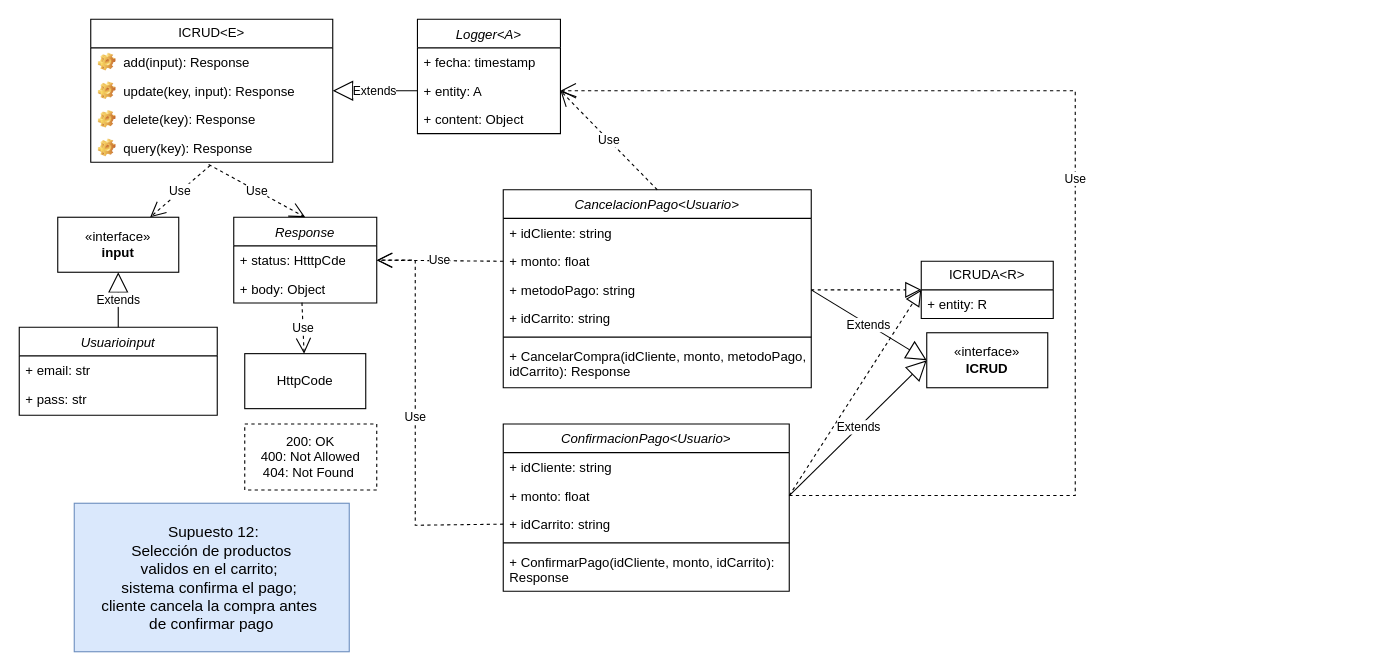
Above: Front-End_Sprint/Diagrama Supuesto13.drawio in Giggin-html/dwm4 (draw.io), before the change. Source tidied: cells renumbered, new cells numbered last; positions are measured from the earlier drawing's top-left corner, leaving out a move shared by most shapes. Both pictures are drawn from the tidied source at 110%, with x=0, y=0 at pixel (19, 19).
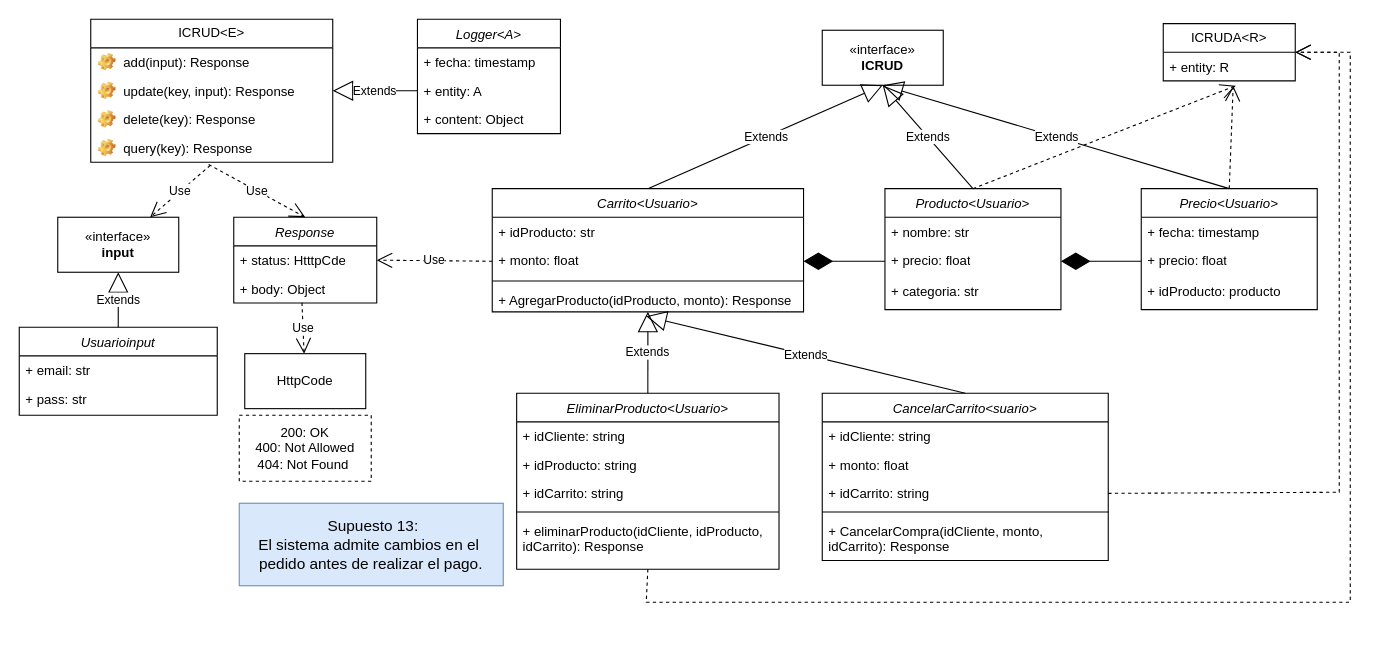
After the change.

Unchanged cells that the change refers to:
```xml
<mxCell id="21" value="+ status: HtttpCde" style="text;strokeColor=none;fillColor=none;align=left;verticalAlign=top;spacingLeft=4;spacingRight=4;overflow=hidden;points=[[0,0.5],[1,0.5]];portConstraint=eastwest;whiteSpace=wrap;html=1;" parent="20" vertex="1">
  <mxGeometry y="26" width="130" height="26" as="geometry" />
</mxCell>
<mxCell id="33" value="+ entity: A" style="text;strokeColor=none;fillColor=none;align=left;verticalAlign=top;spacingLeft=4;spacingRight=4;overflow=hidden;points=[[0,0.5],[1,0.5]];portConstraint=eastwest;whiteSpace=wrap;html=1;" parent="31" vertex="1">
  <mxGeometry y="52" width="130" height="26" as="geometry" />
</mxCell>
<mxCell id="38" value="+ entity: R" style="text;strokeColor=none;fillColor=none;align=left;verticalAlign=top;spacingLeft=4;spacingRight=4;overflow=hidden;points=[[0,0.5],[1,0.5]];portConstraint=eastwest;whiteSpace=wrap;html=1;" parent="37" vertex="1">
  <mxGeometry y="26" width="120" height="26" as="geometry" />
</mxCell>
<mxCell id="42" value="+ monto: float" style="text;strokeColor=none;fillColor=none;align=left;verticalAlign=top;spacingLeft=4;spacingRight=4;overflow=hidden;points=[[0,0.5],[1,0.5]];portConstraint=eastwest;whiteSpace=wrap;html=1;" parent="40" vertex="1">
  <mxGeometry y="52" width="260" height="26" as="geometry" />
</mxCell>
<mxCell id="43" value="+ idCarrito: string" style="text;strokeColor=none;fillColor=none;align=left;verticalAlign=top;spacingLeft=4;spacingRight=4;overflow=hidden;points=[[0,0.5],[1,0.5]];portConstraint=eastwest;whiteSpace=wrap;html=1;" parent="40" vertex="1">
  <mxGeometry y="78" width="260" height="26" as="geometry" />
</mxCell>
```

The edit, as a diff of the source:
```diff
@@
-    <mxCell id="2" value="CancelacionPago&lt;Usuario&gt;" style="swimlane;fontStyle=2;align=center;verticalAlign=top;horizontal=1;startSize=26;rounded=0;shadow=0;strokeWidth=1;" parent="1" vertex="1">
-      <mxGeometry x="440" y="155" width="280" height="180" as="geometry" />
+    <mxCell id="2" value="EliminarProducto&lt;Usuario&gt;" style="swimlane;fontStyle=2;align=center;verticalAlign=top;horizontal=1;startSize=26;rounded=0;shadow=0;strokeWidth=1;" parent="1" vertex="1">
+      <mxGeometry x="452.2" y="340" width="238.5" height="160" as="geometry" />
     </mxCell>
     <mxCell id="3" value="+ idCliente: string" style="text;strokeColor=none;fillColor=none;align=left;verticalAlign=top;spacingLeft=4;spacingRight=4;overflow=hidden;whiteSpace=wrap;html=1;" parent="2" vertex="1">
-      <mxGeometry y="26" width="280" height="26" as="geometry" />
+      <mxGeometry y="26" width="238.5" height="26" as="geometry" />
     </mxCell>
-    <mxCell id="4" value="+ monto: float" style="text;strokeColor=none;fillColor=none;align=left;verticalAlign=top;spacingLeft=4;spacingRight=4;overflow=hidden;points=[[0,0.5],[1,0.5]];portConstraint=eastwest;whiteSpace=wrap;html=1;" parent="2" vertex="1">
-      <mxGeometry y="52" width="280" height="26" as="geometry" />
+    <mxCell id="4" value="+ idProducto: string" style="text;strokeColor=none;fillColor=none;align=left;verticalAlign=top;spacingLeft=4;spacingRight=4;overflow=hidden;points=[[0,0.5],[1,0.5]];portConstraint=eastwest;whiteSpace=wrap;html=1;" parent="2" vertex="1">
+      <mxGeometry y="52" width="238.5" height="26" as="geometry" />
     </mxCell>
-    <mxCell id="5" value="+ metodoPago: string" style="text;strokeColor=none;fillColor=none;align=left;verticalAlign=top;spacingLeft=4;spacingRight=4;overflow=hidden;points=[[0,0.5],[1,0.5]];portConstraint=eastwest;whiteSpace=wrap;html=1;" parent="2" vertex="1">
-      <mxGeometry y="78" width="280" height="26" as="geometry" />
-    </mxCell>
     <mxCell id="6" value="+ idCarrito: string" style="text;strokeColor=none;fillColor=none;align=left;verticalAlign=top;spacingLeft=4;spacingRight=4;overflow=hidden;whiteSpace=wrap;html=1;" parent="2" vertex="1">
-      <mxGeometry y="104" width="280" height="26" as="geometry" />
+      <mxGeometry y="78" width="238.5" height="26" as="geometry" />
     </mxCell>
     <mxCell id="7" style="line;html=1;strokeWidth=1;align=left;verticalAlign=middle;spacingTop=-1;spacingLeft=3;spacingRight=3;labelPosition=right;" parent="2" vertex="1">
-      <mxGeometry y="130" width="280" height="8" as="geometry" />
+      <mxGeometry y="104" width="238.5" height="8" as="geometry" />
     </mxCell>
-    <mxCell id="8" value="+ CancelarCompra(idCliente, monto, metodoPago, idCarrito): Response" style="text;strokeColor=none;fillColor=none;align=left;verticalAlign=top;spacingLeft=4;spacingRight=4;overflow=hidden;whiteSpace=wrap;html=1;" parent="2" vertex="1">
-      <mxGeometry y="138" width="280" height="40" as="geometry" />
+    <mxCell id="8" value="+ eliminarProducto(idCliente, idProducto, idCarrito): Response" style="text;strokeColor=none;fillColor=none;align=left;verticalAlign=top;spacingLeft=4;spacingRight=4;overflow=hidden;whiteSpace=wrap;html=1;" parent="2" vertex="1">
+      <mxGeometry y="112" width="238.5" height="40" as="geometry" />
     </mxCell>
@@
     <mxCell id="26" value="«interface»&lt;br&gt;&lt;b&gt;ICRUD&lt;/b&gt;" style="html=1;whiteSpace=wrap;" parent="1" vertex="1">
-      <mxGeometry x="825" y="285" width="110" height="50" as="geometry" />
+      <mxGeometry x="730" y="10" width="110" height="50" as="geometry" />
     </mxCell>
-    <mxCell id="27" value="Extends" style="endArrow=block;endSize=16;endFill=0;html=1;rounded=0;exitX=1;exitY=0.5;exitDx=0;exitDy=0;entryX=0;entryY=0.5;entryDx=0;entryDy=0;" parent="1" edge="1" source="5" target="26">
+    <mxCell id="27" value="Extends" style="endArrow=block;endSize=16;endFill=0;html=1;rounded=0;exitX=0.5;exitY=0;exitDx=0;exitDy=0;entryX=0.5;entryY=1;entryDx=0;entryDy=0;" parent="1" edge="1" source="50" target="26">
       <mxGeometry relative="1" as="geometry" />
     </mxCell>
-    <mxCell id="28" value="Use" style="endArrow=open;endSize=12;dashed=1;html=1;rounded=0;entryX=1;entryY=0.5;entryDx=0;entryDy=0;exitX=0;exitY=0.5;exitDx=0;exitDy=0;" parent="1" edge="1" source="4" target="21">
-      <mxGeometry relative="1" as="geometry" />
-    </mxCell>
-    <mxCell id="29" value="&lt;font style=&quot;font-size: 14px;&quot;&gt;&amp;nbsp;Supuesto 12:&lt;/font&gt;&lt;div&gt;&lt;font style=&quot;font-size: 14px;&quot;&gt;Selección de productos&lt;/font&gt;&lt;/div&gt;&lt;div&gt;&lt;font style=&quot;font-size: 14px;&quot;&gt;validos&amp;nbsp;&lt;/font&gt;&lt;span style=&quot;font-size: 14px; background-color: transparent; color: light-dark(rgb(0, 0, 0), rgb(255, 255, 255));&quot;&gt;en el carrito;&amp;nbsp;&lt;/span&gt;&lt;/div&gt;&lt;div&gt;&lt;font style=&quot;font-size: 14px;&quot;&gt;sistema confirma el pago;&amp;nbsp;&lt;/font&gt;&lt;/div&gt;&lt;div&gt;&lt;font style=&quot;font-size: 14px;&quot;&gt;cliente cancela la compra&amp;nbsp;&lt;/font&gt;&lt;span style=&quot;font-size: 14px; background-color: transparent; color: light-dark(rgb(0, 0, 0), rgb(255, 255, 255));&quot;&gt;antes&amp;nbsp;&lt;/span&gt;&lt;/div&gt;&lt;div&gt;&lt;span style=&quot;font-size: 14px; background-color: transparent; color: light-dark(rgb(0, 0, 0), rgb(255, 255, 255));&quot;&gt;de confirmar pago&lt;/span&gt;&lt;/div&gt;&lt;div&gt;&lt;div&gt;&lt;/div&gt;&lt;/div&gt;" style="html=1;whiteSpace=wrap;fillColor=#dae8fc;strokeColor=#6c8ebf;" parent="1" vertex="1">
-      <mxGeometry x="50" y="440" width="250" height="135" as="geometry" />
+    <mxCell id="29" value="&lt;font style=&quot;font-size: 14px;&quot;&gt;&amp;nbsp;Supuesto 13:&lt;/font&gt;&lt;div&gt;&lt;font style=&quot;font-size: 14px;&quot;&gt;El sistema admite cambios en el&amp;nbsp;&lt;/font&gt;&lt;/div&gt;&lt;div&gt;&lt;font style=&quot;font-size: 14px;&quot;&gt;pedido antes de realizar el pago.&lt;/font&gt;&lt;/div&gt;" style="html=1;whiteSpace=wrap;fillColor=#dae8fc;strokeColor=#6c8ebf;" parent="1" vertex="1">
+      <mxGeometry x="200" y="440" width="240" height="75" as="geometry" />
     </mxCell>
     <mxCell id="30" value="200: OK&lt;div&gt;400: Not Allowed&lt;/div&gt;&lt;div&gt;&lt;div&gt;404: Not Found&amp;nbsp;&lt;/div&gt;&lt;/div&gt;" style="html=1;whiteSpace=wrap;dashed=1;" parent="1" vertex="1">
-      <mxGeometry x="205" y="368" width="120" height="60" as="geometry" />
+      <mxGeometry x="200" y="360" width="120" height="60" as="geometry" />
     </mxCell>
@@
-    <mxCell id="36" value="Use" style="endArrow=open;endSize=12;dashed=1;html=1;rounded=0;entryX=1;entryY=0.5;entryDx=0;entryDy=0;exitX=0.5;exitY=0;exitDx=0;exitDy=0;" parent="1" edge="1" source="2" target="33">
-      <mxGeometry relative="1" as="geometry" />
-    </mxCell>
     <mxCell id="37" value="ICRUDA&amp;lt;R&amp;gt;" style="swimlane;fontStyle=0;horizontal=1;startSize=26;fillColor=none;whiteSpace=wrap;html=1;" parent="1" vertex="1">
-      <mxGeometry x="820" y="220" width="120" height="52" as="geometry" />
+      <mxGeometry x="1040" y="4" width="120" height="52" as="geometry" />
     </mxCell>
@@
-    <mxCell id="39" style="endArrow=block;dashed=1;endFill=0;endSize=12;html=1;rounded=0;fontSize=12;curved=1;entryX=0;entryY=0.5;entryDx=0;entryDy=0;exitX=1;exitY=0.5;exitDx=0;exitDy=0;" parent="1" edge="1" source="5" target="37">
-      <mxGeometry relative="1" as="geometry" />
-    </mxCell>
-    <mxCell id="40" value="ConfirmacionPago&lt;Usuario&gt;" style="swimlane;fontStyle=2;align=center;verticalAlign=top;horizontal=1;startSize=26;rounded=0;shadow=0;strokeWidth=1;" parent="1" vertex="1">
-      <mxGeometry x="440" y="368" width="260" height="152" as="geometry" />
+    <mxCell id="40" value="CancelarCarrito&lt;suario&gt;" style="swimlane;fontStyle=2;align=center;verticalAlign=top;horizontal=1;startSize=26;rounded=0;shadow=0;strokeWidth=1;" parent="1" vertex="1">
+      <mxGeometry x="730" y="340" width="260" height="152" as="geometry" />
     </mxCell>
@@
-    <mxCell id="45" value="+ ConfirmarPago(idCliente, monto, idCarrito): Response" style="text;strokeColor=none;fillColor=none;align=left;verticalAlign=top;spacingLeft=4;spacingRight=4;overflow=hidden;whiteSpace=wrap;html=1;" parent="40" vertex="1">
+    <mxCell id="45" value="+ CancelarCompra(idCliente, monto, idCarrito): Response" style="text;strokeColor=none;fillColor=none;align=left;verticalAlign=top;spacingLeft=4;spacingRight=4;overflow=hidden;whiteSpace=wrap;html=1;" parent="40" vertex="1">
       <mxGeometry y="112" width="260" height="40" as="geometry" />
     </mxCell>
-    <mxCell id="46" value="Use" style="endArrow=open;endSize=12;dashed=1;html=1;rounded=0;exitX=0;exitY=0.5;exitDx=0;exitDy=0;entryX=1;entryY=0.5;entryDx=0;entryDy=0;" parent="1" edge="1" source="43" target="21">
-      <mxGeometry relative="1" as="geometry">
-        <Array as="points">
-          <mxPoint x="360" y="460" />
-          <mxPoint x="360" y="219" />
-        </Array>
-      </mxGeometry>
-    </mxCell>
-    <mxCell id="47" style="endArrow=block;dashed=1;endFill=0;endSize=12;html=1;rounded=0;fontSize=12;curved=1;entryX=0;entryY=0.5;entryDx=0;entryDy=0;exitX=1;exitY=0.5;exitDx=0;exitDy=0;" parent="1" edge="1" source="42" target="37">
-      <mxGeometry relative="1" as="geometry" />
-    </mxCell>
-    <mxCell id="48" value="Extends" style="endArrow=block;endSize=16;endFill=0;html=1;rounded=0;exitX=1;exitY=0.5;exitDx=0;exitDy=0;entryX=0;entryY=0.5;entryDx=0;entryDy=0;" parent="1" edge="1" source="42" target="26">
+    <mxCell id="48" value="Extends" style="endArrow=block;endSize=16;endFill=0;html=1;rounded=0;exitX=0.5;exitY=0;exitDx=0;exitDy=0;entryX=0.5;entryY=1;entryDx=0;entryDy=0;" parent="1" edge="1" source="55" target="26">
       <mxGeometry relative="1" as="geometry" />
     </mxCell>
-    <mxCell id="49" value="Use" style="endArrow=open;endSize=12;dashed=1;html=1;rounded=0;entryX=1;entryY=0.5;entryDx=0;entryDy=0;exitX=1;exitY=0.5;exitDx=0;exitDy=0;" parent="1" edge="1" source="42" target="33">
-      <mxGeometry relative="1" as="geometry">
-        <Array as="points">
-          <mxPoint x="960" y="433" />
-          <mxPoint x="960" y="65" />
-        </Array>
-      </mxGeometry>
-    </mxCell>
+    <mxCell id="50" value="Carrito&lt;Usuario&gt;" style="swimlane;fontStyle=2;align=center;verticalAlign=top;horizontal=1;startSize=26;rounded=0;shadow=0;strokeWidth=1;" parent="1" vertex="1">
+      <mxGeometry x="430" y="154" width="283" height="112" as="geometry" />
+    </mxCell>
+    <mxCell id="51" value="+ idProducto: str" style="text;strokeColor=none;fillColor=none;align=left;verticalAlign=top;spacingLeft=4;spacingRight=4;overflow=hidden;whiteSpace=wrap;html=1;" parent="50" vertex="1">
+      <mxGeometry y="26" width="283" height="26" as="geometry" />
+    </mxCell>
+    <mxCell id="52" value="+ monto: float" style="text;strokeColor=none;fillColor=none;align=left;verticalAlign=top;spacingLeft=4;spacingRight=4;overflow=hidden;points=[[0,0.5],[1,0.5]];portConstraint=eastwest;whiteSpace=wrap;html=1;" parent="50" vertex="1">
+      <mxGeometry y="52" width="283" height="28" as="geometry" />
+    </mxCell>
+    <mxCell id="53" style="line;html=1;strokeWidth=1;align=left;verticalAlign=middle;spacingTop=-1;spacingLeft=3;spacingRight=3;labelPosition=right;" parent="50" vertex="1">
+      <mxGeometry y="80" width="283" height="8" as="geometry" />
+    </mxCell>
+    <mxCell id="54" value="+ AgregarProducto(idProducto, monto): Response" style="text;strokeColor=none;fillColor=none;align=left;verticalAlign=top;spacingLeft=4;spacingRight=4;overflow=hidden;points=[[0,0.5],[1,0.5]];portConstraint=eastwest;whiteSpace=wrap;html=1;" parent="50" vertex="1">
+      <mxGeometry y="88" width="283" height="24" as="geometry" />
+    </mxCell>
+    <mxCell id="55" value="Producto&lt;Usuario&gt;" style="swimlane;fontStyle=2;align=center;verticalAlign=top;horizontal=1;startSize=26;rounded=0;shadow=0;strokeWidth=1;" parent="1" vertex="1">
+      <mxGeometry x="787" y="154" width="160" height="110" as="geometry" />
+    </mxCell>
+    <mxCell id="56" value="+ nombre: str" style="text;strokeColor=none;fillColor=none;align=left;verticalAlign=top;spacingLeft=4;spacingRight=4;overflow=hidden;whiteSpace=wrap;html=1;" parent="55" vertex="1">
+      <mxGeometry y="26" width="160" height="26" as="geometry" />
+    </mxCell>
+    <mxCell id="57" value="+ precio: float" style="text;strokeColor=none;fillColor=none;align=left;verticalAlign=top;spacingLeft=4;spacingRight=4;overflow=hidden;points=[[0,0.5],[1,0.5]];portConstraint=eastwest;whiteSpace=wrap;html=1;" parent="55" vertex="1">
+      <mxGeometry y="52" width="160" height="28" as="geometry" />
+    </mxCell>
+    <mxCell id="58" value="+ categoria: str" style="text;strokeColor=none;fillColor=none;align=left;verticalAlign=top;spacingLeft=4;spacingRight=4;overflow=hidden;whiteSpace=wrap;html=1;" parent="55" vertex="1">
+      <mxGeometry y="80" width="160" height="26" as="geometry" />
+    </mxCell>
+    <mxCell id="59" value="Precio&lt;Usuario&gt;" style="swimlane;fontStyle=2;align=center;verticalAlign=top;horizontal=1;startSize=26;rounded=0;shadow=0;strokeWidth=1;" parent="1" vertex="1">
+      <mxGeometry x="1020" y="154" width="160" height="110" as="geometry" />
+    </mxCell>
+    <mxCell id="60" value="+ fecha: timestamp" style="text;strokeColor=none;fillColor=none;align=left;verticalAlign=top;spacingLeft=4;spacingRight=4;overflow=hidden;whiteSpace=wrap;html=1;" parent="59" vertex="1">
+      <mxGeometry y="26" width="160" height="26" as="geometry" />
+    </mxCell>
+    <mxCell id="61" value="+ precio: float" style="text;strokeColor=none;fillColor=none;align=left;verticalAlign=top;spacingLeft=4;spacingRight=4;overflow=hidden;points=[[0,0.5],[1,0.5]];portConstraint=eastwest;whiteSpace=wrap;html=1;" parent="59" vertex="1">
+      <mxGeometry y="52" width="160" height="28" as="geometry" />
+    </mxCell>
+    <mxCell id="62" value="+ idProducto: producto" style="text;strokeColor=none;fillColor=none;align=left;verticalAlign=top;spacingLeft=4;spacingRight=4;overflow=hidden;whiteSpace=wrap;html=1;" parent="59" vertex="1">
+      <mxGeometry y="80" width="160" height="26" as="geometry" />
+    </mxCell>
+    <mxCell id="63" style="endArrow=diamondThin;endFill=1;endSize=24;html=1;rounded=0;entryX=1;entryY=0.5;entryDx=0;entryDy=0;exitX=0;exitY=0.5;exitDx=0;exitDy=0;" parent="1" edge="1" source="57" target="52">
+      <mxGeometry relative="1" as="geometry" />
+    </mxCell>
+    <mxCell id="64" style="endArrow=diamondThin;endFill=1;endSize=24;html=1;rounded=0;entryX=1;entryY=0.5;entryDx=0;entryDy=0;exitX=0;exitY=0.5;exitDx=0;exitDy=0;" parent="1" edge="1" source="61" target="57">
+      <mxGeometry relative="1" as="geometry" />
+    </mxCell>
+    <mxCell id="28" value="Use" style="endArrow=open;endSize=12;dashed=1;html=1;rounded=0;entryX=1;entryY=0.5;entryDx=0;entryDy=0;exitX=0;exitY=0.5;exitDx=0;exitDy=0;" parent="1" edge="1" source="52" target="21">
+      <mxGeometry relative="1" as="geometry" />
+    </mxCell>
+    <mxCell id="65" style="endArrow=open;endSize=12;dashed=1;html=1;rounded=0;entryX=1;entryY=0.5;entryDx=0;entryDy=0;exitX=0.5;exitY=1;exitDx=0;exitDy=0;" parent="1" edge="1" source="2" target="37">
+      <mxGeometry relative="1" as="geometry">
+        <Array as="points">
+          <mxPoint x="570" y="530" />
+          <mxPoint x="1210" y="530" />
+          <mxPoint x="1210" y="30" />
+        </Array>
+      </mxGeometry>
+    </mxCell>
+    <mxCell id="66" style="endArrow=open;endSize=12;dashed=1;html=1;rounded=0;entryX=1;entryY=0.5;entryDx=0;entryDy=0;exitX=1;exitY=0.5;exitDx=0;exitDy=0;" parent="1" edge="1" source="43" target="37">
+      <mxGeometry relative="1" as="geometry">
+        <Array as="points">
+          <mxPoint x="1200" y="430" />
+          <mxPoint x="1200" y="30" />
+        </Array>
+      </mxGeometry>
+    </mxCell>
+    <mxCell id="67" value="Extends" style="endArrow=block;endSize=16;endFill=0;html=1;rounded=0;exitX=0.5;exitY=0;exitDx=0;exitDy=0;entryX=0.5;entryY=1;entryDx=0;entryDy=0;" parent="1" edge="1" source="59" target="26">
+      <mxGeometry relative="1" as="geometry" />
+    </mxCell>
+    <mxCell id="68" value="Extends" style="endArrow=block;endSize=16;endFill=0;html=1;rounded=0;exitX=0.5;exitY=0;exitDx=0;exitDy=0;" parent="1" edge="1" source="2" target="54">
+      <mxGeometry relative="1" as="geometry" />
+    </mxCell>
+    <mxCell id="69" value="Extends" style="endArrow=block;endSize=16;endFill=0;html=1;rounded=0;exitX=0.5;exitY=0;exitDx=0;exitDy=0;" parent="1" edge="1" source="40">
+      <mxGeometry relative="1" as="geometry">
+        <mxPoint x="570" y="270" as="targetPoint" />
+      </mxGeometry>
+    </mxCell>
+    <mxCell id="70" style="endArrow=open;endSize=12;dashed=1;html=1;rounded=0;entryX=0.55;entryY=1.169;entryDx=0;entryDy=0;exitX=0.5;exitY=0;exitDx=0;exitDy=0;entryPerimeter=0;" parent="1" edge="1" source="55" target="38">
+      <mxGeometry relative="1" as="geometry" />
+    </mxCell>
+    <mxCell id="71" style="endArrow=open;endSize=12;dashed=1;html=1;rounded=0;entryX=0.53;entryY=1.169;entryDx=0;entryDy=0;exitX=0.5;exitY=0;exitDx=0;exitDy=0;entryPerimeter=0;" parent="1" edge="1" source="59" target="38">
+      <mxGeometry relative="1" as="geometry" />
+    </mxCell>
```
